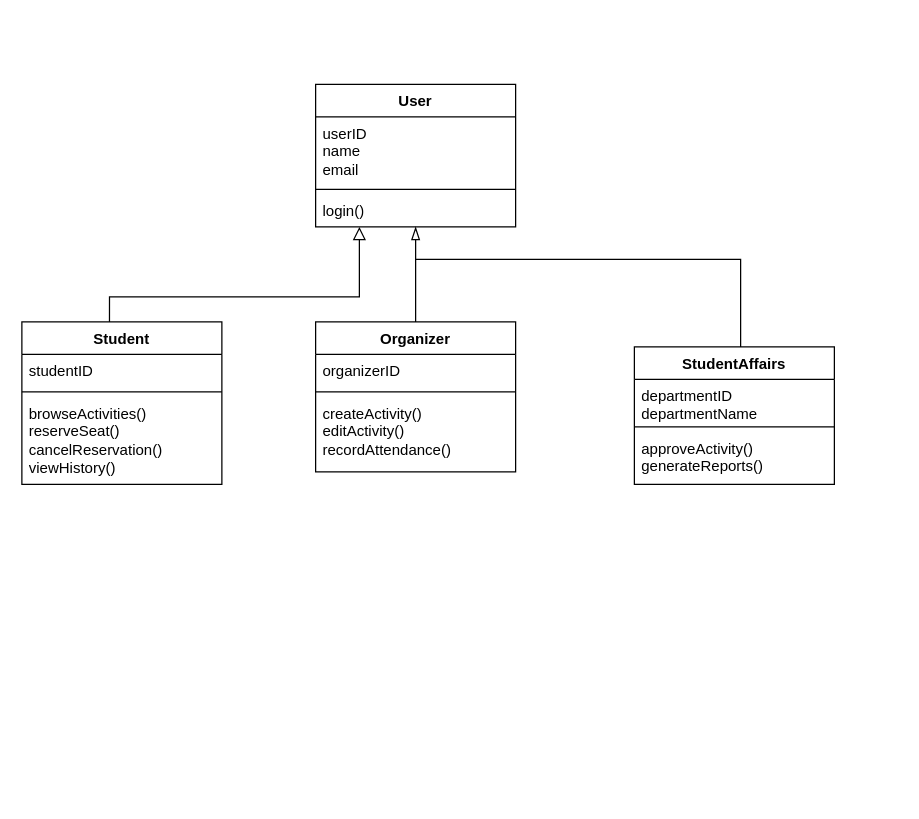
The draw.io diagram Task6&7/ClassDiagram.drawio.xml in s240025747/it-353, before the edit. Source tidied: cells renumbered, new cells numbered last; positions are measured from the earlier drawing's top-left corner, leaving out a move shared by most shapes. Both pictures are drawn from the tidied source at 125%, with x=0, y=0 at pixel (21, 21).
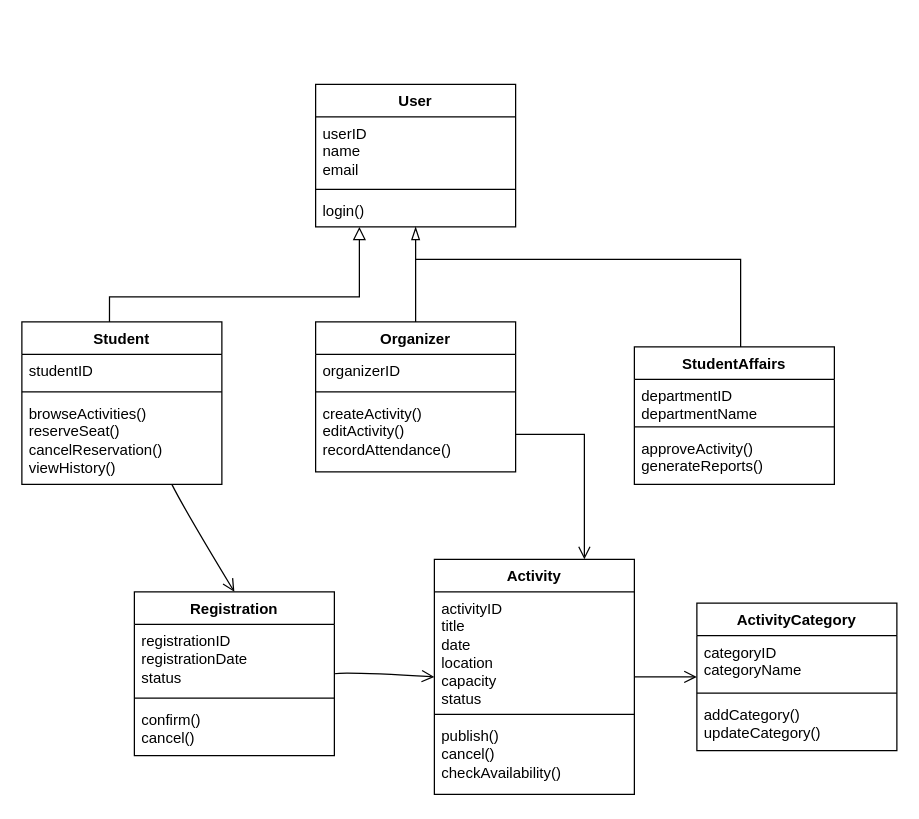
Above is the later version.

Unchanged cells that the change refers to:
```xml
<mxCell id="7" value="Student" style="swimlane;fontStyle=1;align=center;verticalAlign=top;horizontal=1;startSize=26;whiteSpace=wrap;html=1;" parent="1" vertex="1">
  <mxGeometry y="240" width="160" height="130" as="geometry" />
</mxCell>
<mxCell id="15" value="createActivity()&lt;div&gt;editActivity()&lt;/div&gt;&lt;div&gt;recordAttendance()&lt;/div&gt;" style="text;strokeColor=none;fillColor=none;align=left;verticalAlign=top;spacingLeft=4;spacingRight=4;overflow=hidden;points=[[0,0.5],[1,0.5]];portConstraint=eastwest;whiteSpace=wrap;html=1;" parent="12" vertex="1">
  <mxGeometry y="60" width="160" height="60" as="geometry" />
</mxCell>
```

Diff of the diagram source:
```diff
@@
+    <mxCell id="22" style="edgeStyle=none;curved=1;rounded=0;jettySize=auto;html=1;fontSize=12;startSize=8;endSize=8;endArrow=open;endFill=0;exitX=0.75;exitY=1;exitDx=0;exitDy=0;entryX=0.5;entryY=0;entryDx=0;entryDy=0;" parent="1" edge="1" source="7" target="33">
+      <mxGeometry relative="1" as="geometry">
+        <Array as="points">
+          <mxPoint x="130" y="390" />
+        </Array>
+      </mxGeometry>
+    </mxCell>
@@
+    <mxCell id="23" style="edgeStyle=none;curved=1;rounded=0;jettySize=auto;html=1;fontSize=12;startSize=8;endSize=8;entryX=0;entryY=0.5;entryDx=0;entryDy=0;endArrow=open;endFill=0;" parent="1" edge="1" source="24" target="28">
+      <mxGeometry relative="1" as="geometry" />
+    </mxCell>
+    <mxCell id="24" value="Activity" style="swimlane;fontStyle=1;align=center;verticalAlign=top;horizontal=1;startSize=26;whiteSpace=wrap;html=1;" parent="1" vertex="1">
+      <mxGeometry x="330" y="430" width="160" height="188" as="geometry" />
+    </mxCell>
+    <mxCell id="25" value="activityID&lt;div&gt;title&lt;/div&gt;&lt;div&gt;date&lt;/div&gt;&lt;div&gt;location&lt;/div&gt;&lt;div&gt;capacity&lt;/div&gt;&lt;div&gt;status&lt;/div&gt;" style="text;strokeColor=none;fillColor=none;align=left;verticalAlign=top;spacingLeft=4;spacingRight=4;overflow=hidden;whiteSpace=wrap;html=1;" parent="24" vertex="1">
+      <mxGeometry y="26" width="160" height="94" as="geometry" />
+    </mxCell>
+    <mxCell id="26" style="line;strokeWidth=1;fillColor=none;align=left;verticalAlign=middle;spacingTop=-1;spacingLeft=3;spacingRight=3;labelPosition=right;strokeColor=inherit;" parent="24" vertex="1">
+      <mxGeometry y="120" width="160" height="8" as="geometry" />
+    </mxCell>
+    <mxCell id="27" value="publish()&lt;div&gt;cancel()&lt;/div&gt;&lt;div&gt;checkAvailability()&lt;/div&gt;" style="text;strokeColor=none;fillColor=none;align=left;verticalAlign=top;spacingLeft=4;spacingRight=4;overflow=hidden;whiteSpace=wrap;html=1;" parent="24" vertex="1">
+      <mxGeometry y="128" width="160" height="60" as="geometry" />
+    </mxCell>
+    <mxCell id="28" value="ActivityCategory" style="swimlane;fontStyle=1;align=center;verticalAlign=top;horizontal=1;startSize=26;whiteSpace=wrap;html=1;" parent="1" vertex="1">
+      <mxGeometry x="540" y="465" width="160" height="118" as="geometry" />
+    </mxCell>
+    <mxCell id="29" value="categoryID&lt;div&gt;categoryName&lt;/div&gt;" style="text;strokeColor=none;fillColor=none;align=left;verticalAlign=top;spacingLeft=4;spacingRight=4;overflow=hidden;whiteSpace=wrap;html=1;" parent="28" vertex="1">
+      <mxGeometry y="26" width="160" height="42" as="geometry" />
+    </mxCell>
+    <mxCell id="30" style="line;strokeWidth=1;fillColor=none;align=left;verticalAlign=middle;spacingTop=-1;spacingLeft=3;spacingRight=3;labelPosition=right;strokeColor=inherit;" parent="28" vertex="1">
+      <mxGeometry y="68" width="160" height="8" as="geometry" />
+    </mxCell>
+    <mxCell id="31" value="&lt;div&gt;addCategory()&lt;/div&gt;&lt;div&gt;updateCategory()&lt;/div&gt;" style="text;strokeColor=none;fillColor=none;align=left;verticalAlign=top;spacingLeft=4;spacingRight=4;overflow=hidden;whiteSpace=wrap;html=1;" parent="28" vertex="1">
+      <mxGeometry y="76" width="160" height="42" as="geometry" />
+    </mxCell>
+    <mxCell id="32" style="edgeStyle=none;curved=1;rounded=0;jettySize=auto;html=1;fontSize=12;startSize=8;endSize=8;exitX=1;exitY=0.5;exitDx=0;exitDy=0;endArrow=open;endFill=0;entryX=0;entryY=0.5;entryDx=0;entryDy=0;" parent="1" edge="1" source="33" target="24">
+      <mxGeometry relative="1" as="geometry">
+        <Array as="points">
+          <mxPoint x="260" y="520" />
+        </Array>
+      </mxGeometry>
+    </mxCell>
+    <mxCell id="33" value="Registration" style="swimlane;fontStyle=1;align=center;verticalAlign=top;horizontal=1;startSize=26;whiteSpace=wrap;html=1;" parent="1" vertex="1">
+      <mxGeometry x="90" y="456" width="160" height="131" as="geometry" />
+    </mxCell>
+    <mxCell id="34" value="registrationID&lt;div&gt;registrationDate&lt;/div&gt;&lt;div&gt;status&lt;/div&gt;" style="text;strokeColor=none;fillColor=none;align=left;verticalAlign=top;spacingLeft=4;spacingRight=4;overflow=hidden;whiteSpace=wrap;html=1;" parent="33" vertex="1">
+      <mxGeometry y="26" width="160" height="55" as="geometry" />
+    </mxCell>
+    <mxCell id="35" style="line;strokeWidth=1;fillColor=none;align=left;verticalAlign=middle;spacingTop=-1;spacingLeft=3;spacingRight=3;labelPosition=right;strokeColor=inherit;" parent="33" vertex="1">
+      <mxGeometry y="81" width="160" height="8" as="geometry" />
+    </mxCell>
+    <mxCell id="36" value="confirm()&lt;div&gt;cancel()&lt;/div&gt;" style="text;strokeColor=none;fillColor=none;align=left;verticalAlign=top;spacingLeft=4;spacingRight=4;overflow=hidden;whiteSpace=wrap;html=1;" parent="33" vertex="1">
+      <mxGeometry y="89" width="160" height="42" as="geometry" />
+    </mxCell>
+    <mxCell id="37" style="edgeStyle=orthogonalEdgeStyle;rounded=0;jettySize=auto;html=1;fontSize=12;startSize=8;endSize=8;entryX=0.75;entryY=0;entryDx=0;entryDy=0;endArrow=open;endFill=0;" parent="1" edge="1" source="15" target="24">
+      <mxGeometry relative="1" as="geometry" />
+    </mxCell>
```
